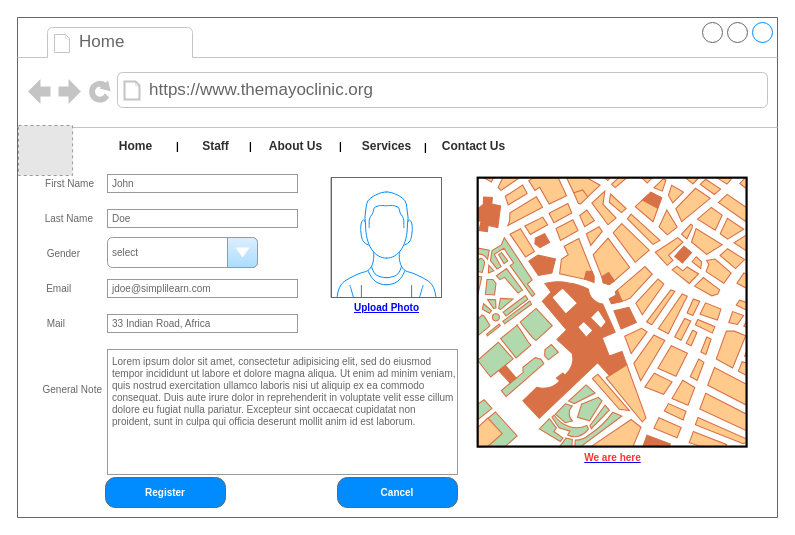
Above: page "Patient Registration" (7 of 7) of HMS.drawio in ysebega/ysebega (draw.io), before the change. Source tidied: cells renumbered, new cells numbered last; positions are measured from the earlier drawing's top-left corner, leaving out a move shared by most shapes. Both pictures are drawn from the tidied source at 100%, with x=0, y=0 at pixel (17, 17). Pictures stored in the file or linked from it are replaced by grey dashed boxes.
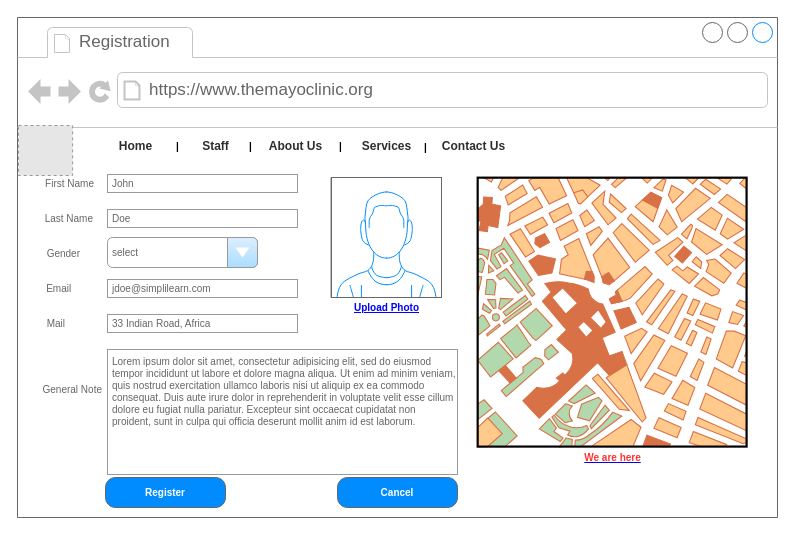
The same page after the edit.

Unchanged cells that the change refers to:
```xml
<mxCell id="2" style="strokeWidth=1;shadow=0;dashed=0;align=center;html=1;shape=mxgraph.mockup.containers.browserWindow;rSize=0;strokeColor=#666666;strokeColor2=#008cff;strokeColor3=#c4c4c4;mainText=,;fontSize=10;fontStyle=1;fontColor=#000000;labelBackgroundColor=default;" parent="1" vertex="1">
  <mxGeometry width="760" height="500" as="geometry" />
</mxCell>
```

Change to the diagram source:
```diff
@@
-    <mxCell id="3" value="Home" style="strokeWidth=1;shadow=0;dashed=0;align=center;html=1;shape=mxgraph.mockup.containers.anchor;fontSize=17;fontColor=#666666;align=left;" parent="2" vertex="1">
+    <mxCell id="3" value="Registration" style="strokeWidth=1;shadow=0;dashed=0;align=center;html=1;shape=mxgraph.mockup.containers.anchor;fontSize=17;fontColor=#666666;align=left;" parent="2" vertex="1">
       <mxGeometry x="60" y="12" width="110" height="26" as="geometry" />
     </mxCell>
```
